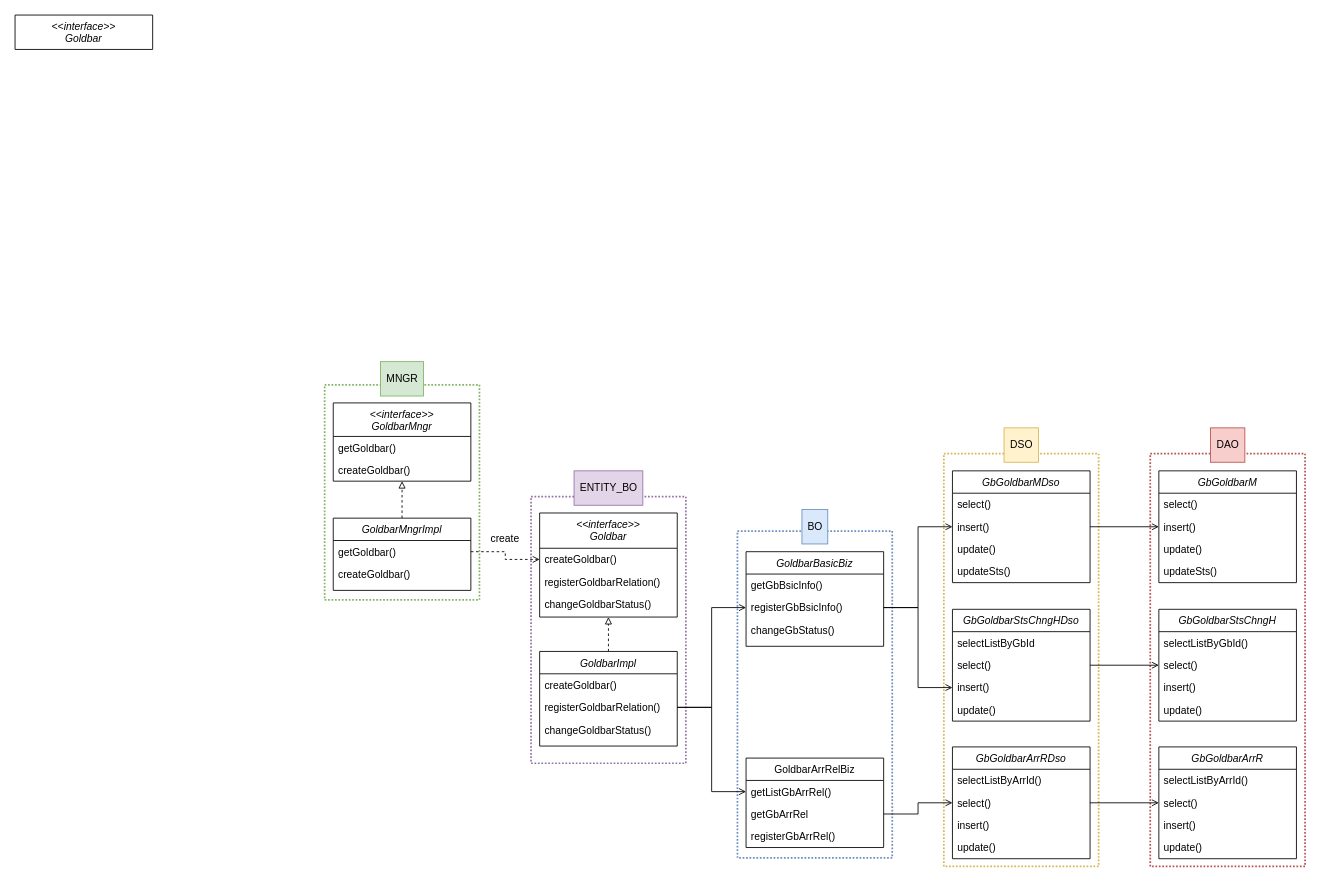
Before: Untitled Diagram.drawio in miririmi/test1234, a draw.io diagram. Source tidied: cells renumbered, new cells numbered last; positions are measured from the earlier drawing's top-left corner, leaving out a move shared by most shapes. Both pictures are drawn from the tidied source at 86%, with x=0, y=0 at pixel (15, 15).
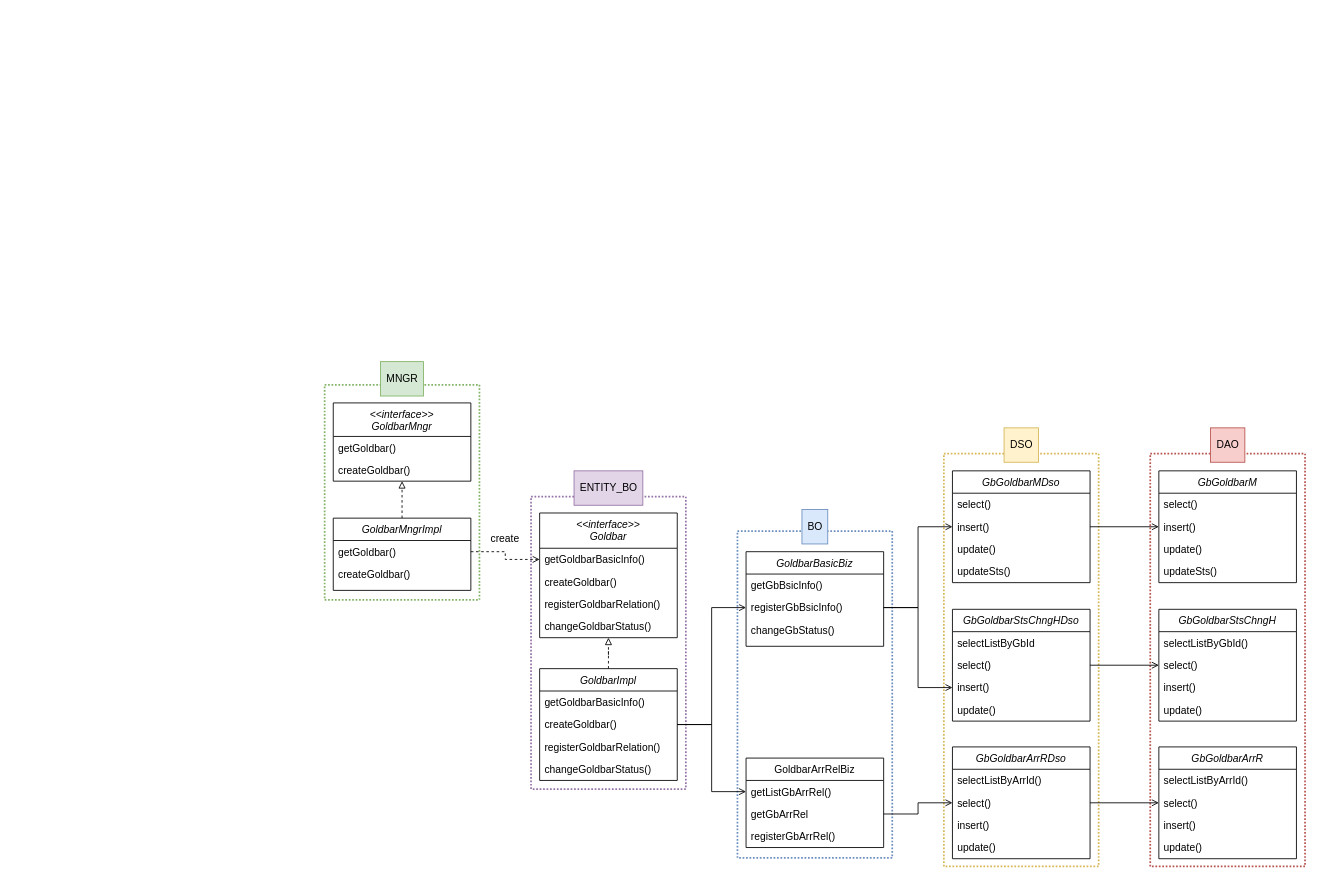
After the change.

What changed in the source:
```diff
@@
     <mxCell id="2" style="rounded=0;whiteSpace=wrap;html=1;dashed=1;dashPattern=1 1;strokeWidth=2;strokeColor=none;" parent="1" vertex="1">
-      <mxGeometry x="350" y="390" width="1160" height="610" as="geometry" />
+      <mxGeometry x="350" y="392" width="1160" height="610" as="geometry" />
     </mxCell>
@@
     <mxCell id="7" style="rounded=0;whiteSpace=wrap;html=1;fillColor=none;strokeColor=#9673a6;strokeWidth=2;dashed=1;dashPattern=1 1;" parent="1" vertex="1">
-      <mxGeometry x="600" y="560" width="180" height="310" as="geometry" />
+      <mxGeometry x="600" y="560" width="180" height="340" as="geometry" />
     </mxCell>
@@
     <mxCell id="36" value="&lt;&lt;interface&gt;&gt;&#10;Goldbar" style="swimlane;fontStyle=2;align=center;verticalAlign=top;horizontal=1;startSize=41;rounded=0;shadow=0;strokeWidth=1;" parent="1" vertex="1">
-      <mxGeometry x="610" y="579" width="160" height="121" as="geometry" />
+      <mxGeometry x="610" y="579" width="160" height="145" as="geometry" />
     </mxCell>
-    <mxCell id="37" value="createGoldbar()" style="text;align=left;verticalAlign=top;spacingLeft=4;spacingRight=4;overflow=hidden;points=[[0,0.5],[1,0.5]];portConstraint=eastwest;" parent="36" vertex="1">
+    <mxCell id="37" value="getGoldbarBasicInfo()" style="text;align=left;verticalAlign=top;spacingLeft=4;spacingRight=4;overflow=hidden;points=[[0,0.5],[1,0.5]];portConstraint=eastwest;" parent="36" vertex="1">
       <mxGeometry y="41" width="160" height="26" as="geometry" />
     </mxCell>
-    <mxCell id="38" value="registerGoldbarRelation()" style="text;align=left;verticalAlign=top;spacingLeft=4;spacingRight=4;overflow=hidden;rounded=0;shadow=0;html=0;" parent="36" vertex="1">
+    <mxCell id="38" value="createGoldbar()" style="text;align=left;verticalAlign=top;spacingLeft=4;spacingRight=4;overflow=hidden;rounded=0;shadow=0;html=0;" parent="36" vertex="1">
       <mxGeometry y="67" width="160" height="26" as="geometry" />
     </mxCell>
-    <mxCell id="39" value="changeGoldbarStatus()" style="text;align=left;verticalAlign=top;spacingLeft=4;spacingRight=4;overflow=hidden;rounded=0;shadow=0;html=0;" parent="36" vertex="1">
+    <mxCell id="39" value="registerGoldbarRelation()" style="text;align=left;verticalAlign=top;spacingLeft=4;spacingRight=4;overflow=hidden;rounded=0;shadow=0;html=0;" parent="36" vertex="1">
       <mxGeometry y="93" width="160" height="26" as="geometry" />
     </mxCell>
+    <mxCell id="78" value="changeGoldbarStatus()" style="text;align=left;verticalAlign=top;spacingLeft=4;spacingRight=4;overflow=hidden;" parent="36" vertex="1">
+      <mxGeometry y="119" width="160" height="26" as="geometry" />
+    </mxCell>
@@
     <mxCell id="41" value="GoldbarImpl" style="swimlane;fontStyle=2;align=center;verticalAlign=top;horizontal=1;startSize=26;rounded=0;shadow=0;strokeWidth=1;" parent="1" vertex="1">
-      <mxGeometry x="610" y="740" width="160" height="110" as="geometry" />
+      <mxGeometry x="610" y="760" width="160" height="130" as="geometry" />
     </mxCell>
-    <mxCell id="42" value="createGoldbar()" style="text;align=left;verticalAlign=top;spacingLeft=4;spacingRight=4;overflow=hidden;" parent="41" vertex="1">
+    <mxCell id="42" value="getGoldbarBasicInfo()" style="text;align=left;verticalAlign=top;spacingLeft=4;spacingRight=4;overflow=hidden;" parent="41" vertex="1">
       <mxGeometry y="26" width="160" height="26" as="geometry" />
     </mxCell>
-    <mxCell id="43" value="registerGoldbarRelation()" style="text;align=left;verticalAlign=top;spacingLeft=4;spacingRight=4;overflow=hidden;points=[[0,0.5],[1,0.5]];portConstraint=eastwest;rounded=0;shadow=0;html=0;" parent="41" vertex="1">
+    <mxCell id="43" value="createGoldbar()" style="text;align=left;verticalAlign=top;spacingLeft=4;spacingRight=4;overflow=hidden;points=[[0,0.5],[1,0.5]];portConstraint=eastwest;rounded=0;shadow=0;html=0;" parent="41" vertex="1">
       <mxGeometry y="52" width="160" height="26" as="geometry" />
     </mxCell>
-    <mxCell id="44" value="changeGoldbarStatus()" style="text;align=left;verticalAlign=top;spacingLeft=4;spacingRight=4;overflow=hidden;rounded=0;shadow=0;html=0;" parent="41" vertex="1">
+    <mxCell id="44" value="registerGoldbarRelation()" style="text;align=left;verticalAlign=top;spacingLeft=4;spacingRight=4;overflow=hidden;rounded=0;shadow=0;html=0;" parent="41" vertex="1">
       <mxGeometry y="78" width="160" height="26" as="geometry" />
     </mxCell>
+    <mxCell id="79" value="changeGoldbarStatus()" style="text;align=left;verticalAlign=top;spacingLeft=4;spacingRight=4;overflow=hidden;" parent="41" vertex="1">
+      <mxGeometry y="104" width="160" height="26" as="geometry" />
+    </mxCell>
@@
-    <mxCell id="52" value="&lt;&lt;interface&gt;&gt;&#10;Goldbar" style="swimlane;fontStyle=2;align=center;verticalAlign=top;horizontal=1;startSize=110;rounded=0;shadow=0;strokeWidth=1;" parent="1" vertex="1">
-      <mxGeometry width="160" height="40" as="geometry" />
-    </mxCell>
```
